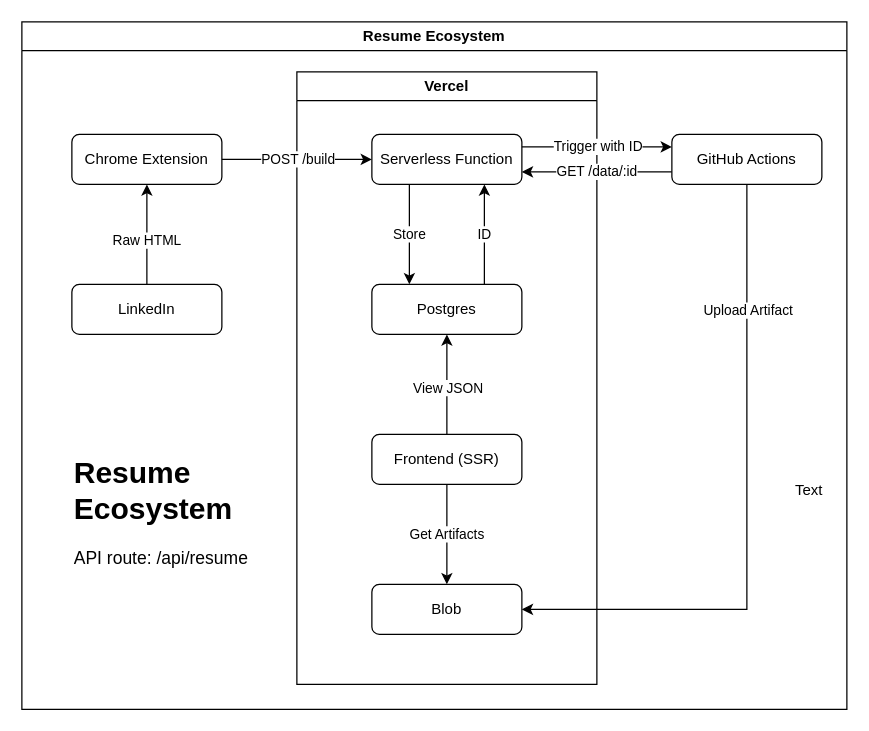
Before: page "Ecosystem" (1 of 2) of assets/diagram.drawio in shunueda/shu.nu, a draw.io diagram. Source tidied: cells renumbered, new cells numbered last; positions are measured from the earlier drawing's top-left corner, leaving out a move shared by most shapes. Both pictures are drawn from the tidied source at 125%, with x=0, y=0 at pixel (21, 21).
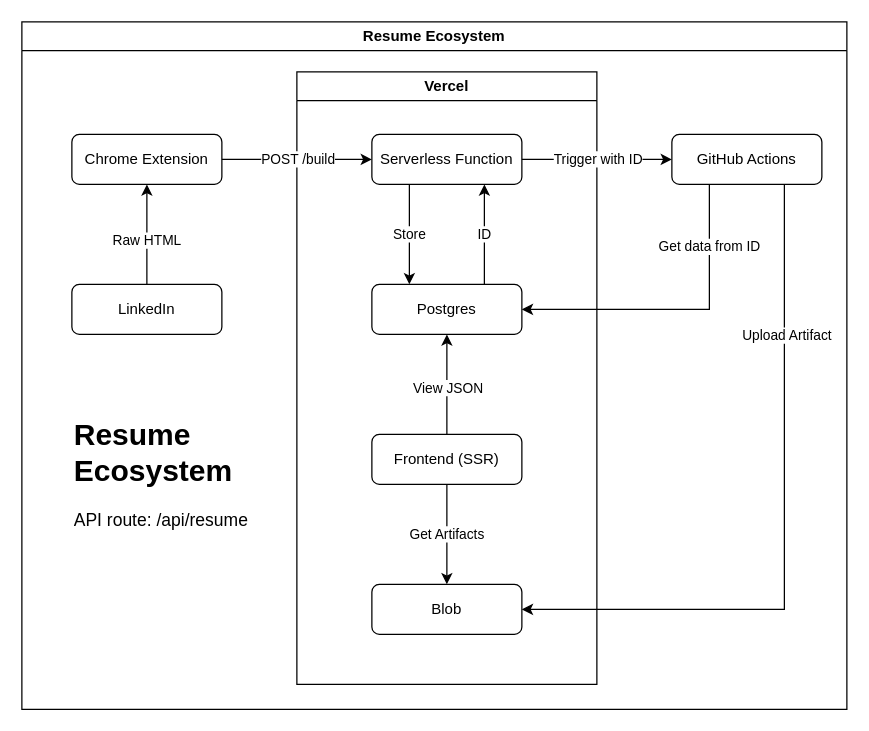
The same diagram, later.

Unchanged cells that the change refers to:
```xml
<mxCell id="2" value="&lt;font style=&quot;font-size: 12px;&quot;&gt;Resume Ecosystem&lt;/font&gt;" style="swimlane;whiteSpace=wrap;html=1;" parent="1" vertex="1">
  <mxGeometry width="660" height="550" as="geometry" />
</mxCell>
<mxCell id="9" value="Postgres" style="rounded=1;whiteSpace=wrap;html=1;" parent="7" vertex="1">
  <mxGeometry x="60" y="170" width="120" height="40" as="geometry" />
</mxCell>
<mxCell id="12" value="&lt;span style=&quot;font-size: 12.000001px;&quot;&gt;Serverless Function&lt;/span&gt;" style="rounded=1;whiteSpace=wrap;html=1;" parent="7" vertex="1">
  <mxGeometry x="60" y="50" width="120" height="40" as="geometry" />
</mxCell>
<mxCell id="13" value="Blob" style="rounded=1;whiteSpace=wrap;html=1;" parent="7" vertex="1">
  <mxGeometry x="60" y="410" width="120" height="40" as="geometry" />
</mxCell>
<mxCell id="21" value="GitHub Actions" style="rounded=1;whiteSpace=wrap;html=1;" parent="2" vertex="1">
  <mxGeometry x="520" y="90" width="120" height="40" as="geometry" />
</mxCell>
```

The edit, as a diff of the source:
```diff
@@
-    <mxCell id="18" style="edgeStyle=orthogonalEdgeStyle;rounded=0;jettySize=auto;html=1;entryX=1;entryY=0.5;entryDx=0;entryDy=0;" parent="2" edge="1" source="21" target="13">
+    <mxCell id="18" style="edgeStyle=orthogonalEdgeStyle;rounded=0;jettySize=auto;html=1;entryX=1;entryY=0.5;entryDx=0;entryDy=0;exitX=0.75;exitY=1;exitDx=0;exitDy=0;" parent="2" edge="1" source="21" target="13">
       <mxGeometry relative="1" as="geometry">
         <Array as="points">
-          <mxPoint x="580" y="470" />
+          <mxPoint x="610" y="470" />
         </Array>
       </mxGeometry>
     </mxCell>
     <mxCell id="19" value="Upload Artifact" style="edgeLabel;html=1;align=center;verticalAlign=middle;" parent="18" vertex="1">
       <mxGeometry x="0.31" y="-2" relative="1" as="geometry">
-        <mxPoint x="1" y="-238" as="offset" />
+        <mxPoint x="21" y="-218" as="offset" />
       </mxGeometry>
     </mxCell>
-    <mxCell id="20" value="&lt;div style=&quot;border-color: var(--border-color); font-variant-ligatures: normal; orphans: 2; widows: 2; text-decoration-thickness: initial; text-decoration-style: initial; text-decoration-color: initial;&quot;&gt;GET /data/:id&lt;br&gt;&lt;/div&gt;" style="edgeStyle=orthogonalEdgeStyle;rounded=0;jettySize=auto;html=1;exitX=0;exitY=0.75;exitDx=0;exitDy=0;entryX=1;entryY=0.75;entryDx=0;entryDy=0;" parent="2" edge="1" source="21" target="12">
-      <mxGeometry relative="1" as="geometry" />
+    <mxCell id="20" value="&lt;div style=&quot;border-color: var(--border-color); font-variant-ligatures: normal; orphans: 2; widows: 2; text-decoration-thickness: initial; text-decoration-style: initial; text-decoration-color: initial;&quot;&gt;Get data from ID&lt;br&gt;&lt;/div&gt;" style="edgeStyle=orthogonalEdgeStyle;rounded=0;jettySize=auto;html=1;exitX=0.25;exitY=1;exitDx=0;exitDy=0;entryX=1;entryY=0.5;entryDx=0;entryDy=0;" parent="2" edge="1" source="21" target="9">
+      <mxGeometry x="-0.6" relative="1" as="geometry">
+        <Array as="points">
+          <mxPoint x="550" y="230" />
+        </Array>
+      </mxGeometry>
     </mxCell>
@@
     <mxCell id="22" value="&lt;h1 style=&quot;margin-top: 0px;&quot;&gt;Resume Ecosystem&lt;/h1&gt;&lt;p&gt;&lt;font style=&quot;font-size: 14px;&quot;&gt;API route: /api/resume&lt;/font&gt;&lt;/p&gt;" style="text;html=1;whiteSpace=wrap;overflow=hidden;rounded=0;" parent="2" vertex="1">
-      <mxGeometry x="40" y="340" width="150" height="110" as="geometry" />
+      <mxGeometry x="40" y="310" width="150" height="110" as="geometry" />
     </mxCell>
-    <mxCell id="23" style="edgeStyle=orthogonalEdgeStyle;rounded=0;jettySize=auto;html=1;exitX=1;exitY=0.25;exitDx=0;exitDy=0;entryX=0;entryY=0.25;entryDx=0;entryDy=0;" parent="2" edge="1" source="12" target="21">
+    <mxCell id="23" style="edgeStyle=orthogonalEdgeStyle;rounded=0;jettySize=auto;html=1;exitX=1;exitY=0.5;exitDx=0;exitDy=0;entryX=0;entryY=0.5;entryDx=0;entryDy=0;" parent="2" edge="1" source="12" target="21">
       <mxGeometry relative="1" as="geometry" />
     </mxCell>
@@
-    <mxCell id="27" value="Text" style="text;strokeColor=none;align=center;fillColor=none;html=1;verticalAlign=middle;whiteSpace=wrap;rounded=0;" parent="1" vertex="1">
-      <mxGeometry x="600" y="360" width="60" height="30" as="geometry" />
-    </mxCell>
```
